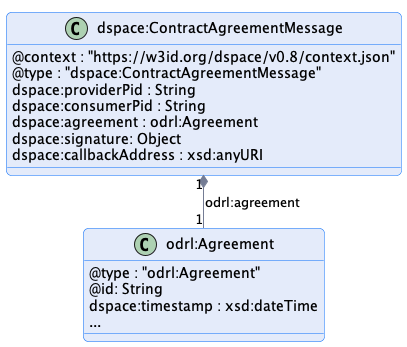
The PlantUML diagram negotiation/message/diagram/contract-agreement-message.png in International-Data-Spaces-Association/ids-specification, before a commit.
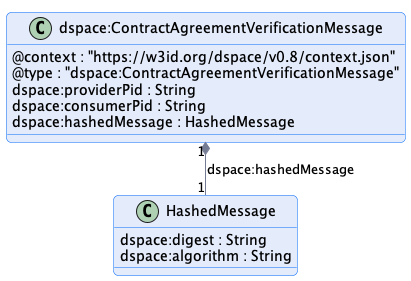
Above is the later version.

Change to the diagram source:
```diff
@@ -1,4 +1,4 @@
-@startuml "contract-agreement-message"
+@startuml "contract-agreement-verification-message"
 !pragma layout smetana
 
 !include ../../../common/style/diagram.styles.puml
@@ -6,23 +6,19 @@
 hide empty description
 
 
-class "dspace:ContractAgreementMessage" {
+class "dspace:ContractAgreementVerificationMessage" {
     @context : "https://w3id.org/dspace/v0.8/context.json"
-    @type : "dspace:ContractAgreementMessage"
+    @type : "dspace:ContractAgreementVerificationMessage"
     dspace:providerPid : String
     dspace:consumerPid : String
-    dspace:agreement : odrl:Agreement
-    dspace:signature: Object
-    dspace:callbackAddress : xsd:anyURI
+    dspace:hashedMessage : HashedMessage
 }
 
-class odrl:Agreement {
-    @type : "odrl:Agreement"
-    @id: String
-    dspace:timestamp : xsd:dateTime
-    ...
+class HashedMessage {
+    dspace:digest : String
+    dspace:algorithm : String
 }
 
-"dspace:ContractAgreementMessage" "1" *-- "1" "odrl:Agreement" : "odrl:agreement"
+"dspace:ContractAgreementVerificationMessage" "1" *-- "1" "HashedMessage" : "dspace:hashedMessage"
 
 @enduml
```
